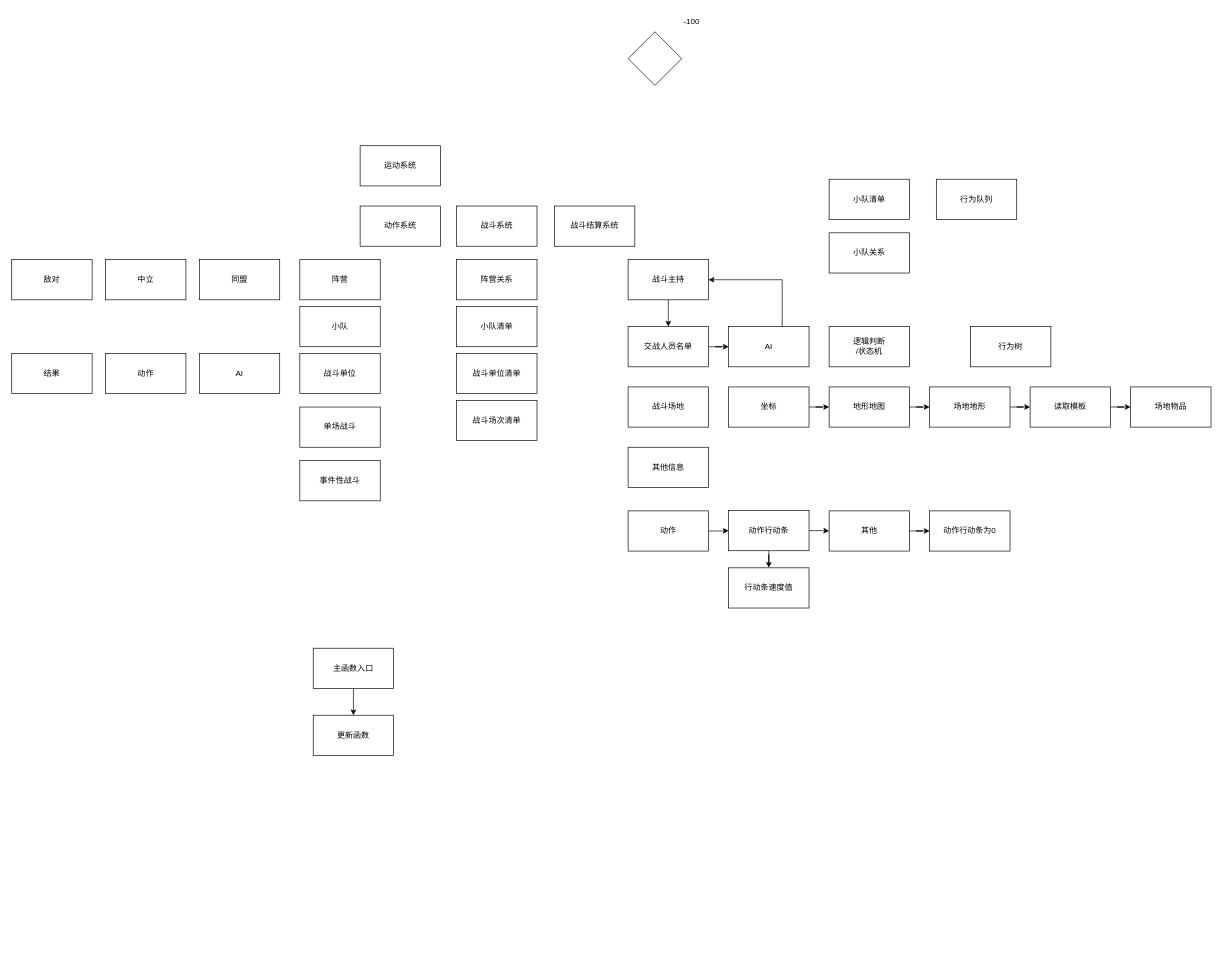
This is page "第 8 页" (8 of 8) of 流程图/蟋蟀玩法分析.drawio from Karmel5950/NoteBook, a draw.io file, before an edit. Source tidied: cells renumbered, new cells numbered last; positions are measured from the earlier drawing's top-left corner, leaving out a move shared by most shapes. Both pictures are drawn from the tidied source at 67%, with x=0, y=0 at pixel (11, 11).
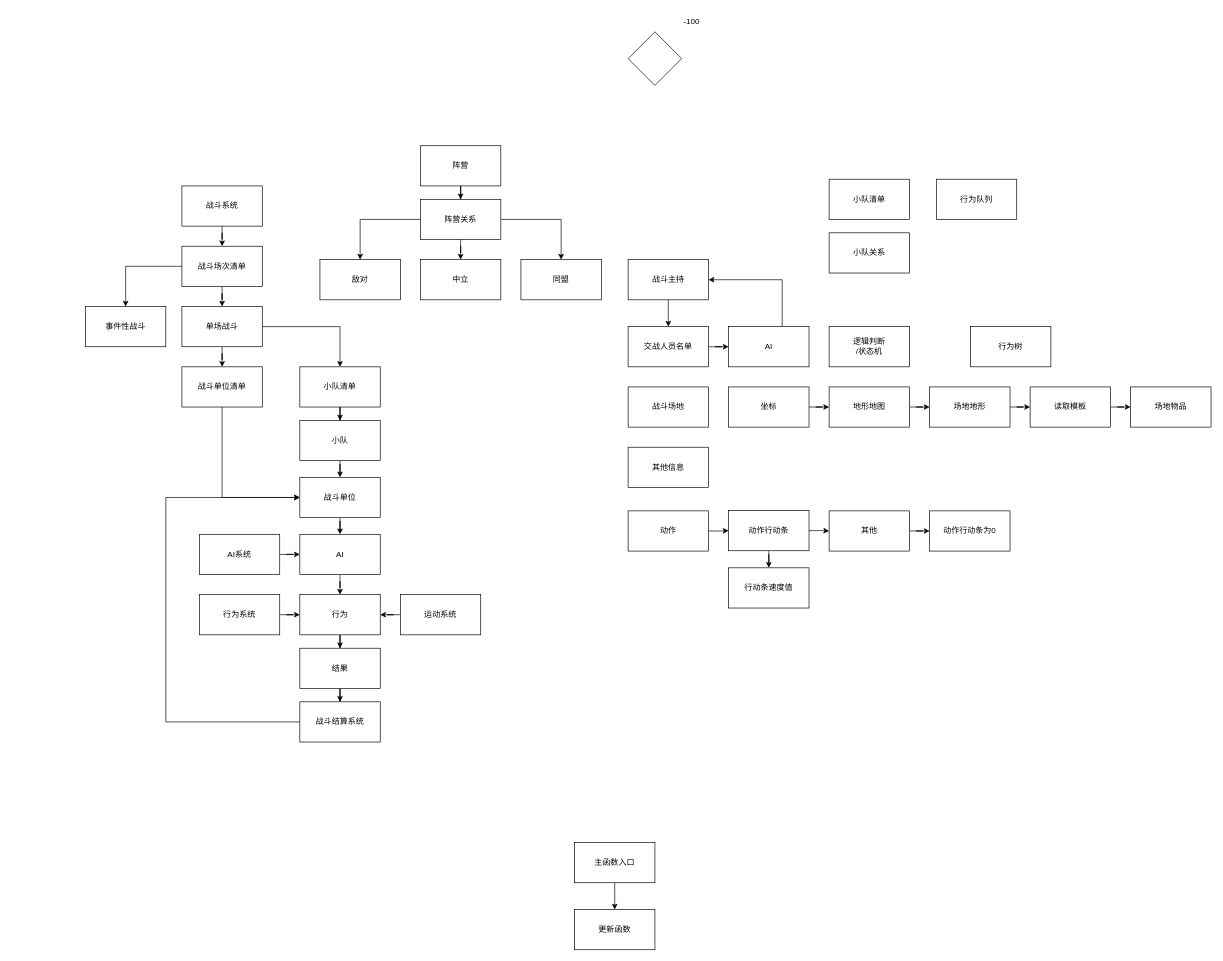
The same diagram, later.

What changed in the source:
```diff
@@
+    <mxCell id="57" style="edgeStyle=orthogonalEdgeStyle;rounded=0;jettySize=auto;html=1;" parent="1" edge="1" source="2" target="16">
+      <mxGeometry relative="1" as="geometry" />
+    </mxCell>
     <mxCell id="2" value="战斗系统" style="rounded=0;whiteSpace=wrap;html=1;" parent="1" vertex="1">
-      <mxGeometry x="664" y="290" width="120" height="60" as="geometry" />
+      <mxGeometry x="254" y="260" width="120" height="60" as="geometry" />
     </mxCell>
+    <mxCell id="58" style="edgeStyle=orthogonalEdgeStyle;rounded=0;jettySize=auto;html=1;" parent="1" edge="1" source="3" target="12">
+      <mxGeometry relative="1" as="geometry" />
+    </mxCell>
     <mxCell id="3" value="战斗单位" style="rounded=0;whiteSpace=wrap;html=1;" parent="1" vertex="1">
-      <mxGeometry x="430" y="510" width="120" height="60" as="geometry" />
+      <mxGeometry x="430" y="695" width="120" height="60" as="geometry" />
     </mxCell>
+    <mxCell id="59" style="edgeStyle=orthogonalEdgeStyle;rounded=0;jettySize=auto;html=1;" parent="1" edge="1" source="4" target="3">
+      <mxGeometry relative="1" as="geometry" />
+    </mxCell>
     <mxCell id="4" value="小队" style="rounded=0;whiteSpace=wrap;html=1;" parent="1" vertex="1">
-      <mxGeometry x="430" y="440" width="120" height="60" as="geometry" />
+      <mxGeometry x="430" y="610" width="120" height="60" as="geometry" />
     </mxCell>
+    <mxCell id="60" style="edgeStyle=orthogonalEdgeStyle;rounded=0;jettySize=auto;html=1;" parent="1" edge="1" source="5" target="9">
+      <mxGeometry relative="1" as="geometry" />
+    </mxCell>
     <mxCell id="5" value="阵营" style="rounded=0;whiteSpace=wrap;html=1;" parent="1" vertex="1">
-      <mxGeometry x="430" y="370" width="120" height="60" as="geometry" />
+      <mxGeometry x="610" y="200" width="120" height="60" as="geometry" />
     </mxCell>
     <mxCell id="6" value="同盟" style="rounded=0;whiteSpace=wrap;html=1;" parent="1" vertex="1">
-      <mxGeometry x="280" y="370" width="120" height="60" as="geometry" />
+      <mxGeometry x="760" y="370" width="120" height="60" as="geometry" />
     </mxCell>
     <mxCell id="7" value="中立" style="rounded=0;whiteSpace=wrap;html=1;" parent="1" vertex="1">
-      <mxGeometry x="140" y="370" width="120" height="60" as="geometry" />
+      <mxGeometry x="610" y="370" width="120" height="60" as="geometry" />
     </mxCell>
     <mxCell id="8" value="敌对" style="rounded=0;whiteSpace=wrap;html=1;" parent="1" vertex="1">
-      <mxGeometry y="370" width="120" height="60" as="geometry" />
+      <mxGeometry x="460" y="370" width="120" height="60" as="geometry" />
     </mxCell>
+    <mxCell id="61" style="edgeStyle=orthogonalEdgeStyle;rounded=0;jettySize=auto;html=1;" parent="1" edge="1" source="9" target="7">
+      <mxGeometry relative="1" as="geometry" />
+    </mxCell>
+    <mxCell id="62" style="edgeStyle=orthogonalEdgeStyle;rounded=0;jettySize=auto;html=1;" parent="1" edge="1" source="9" target="8">
+      <mxGeometry relative="1" as="geometry" />
+    </mxCell>
+    <mxCell id="63" style="edgeStyle=orthogonalEdgeStyle;rounded=0;jettySize=auto;html=1;" parent="1" edge="1" source="9" target="6">
+      <mxGeometry relative="1" as="geometry" />
+    </mxCell>
     <mxCell id="9" value="阵营关系" style="rounded=0;whiteSpace=wrap;html=1;" parent="1" vertex="1">
-      <mxGeometry x="664" y="370" width="120" height="60" as="geometry" />
+      <mxGeometry x="610" y="280" width="120" height="60" as="geometry" />
     </mxCell>
+    <mxCell id="64" style="edgeStyle=orthogonalEdgeStyle;rounded=0;jettySize=auto;html=1;" parent="1" edge="1" source="10" target="4">
+      <mxGeometry relative="1" as="geometry" />
+    </mxCell>
     <mxCell id="10" value="小队清单" style="rounded=0;whiteSpace=wrap;html=1;" parent="1" vertex="1">
-      <mxGeometry x="664" y="440" width="120" height="60" as="geometry" />
+      <mxGeometry x="430" y="530" width="120" height="60" as="geometry" />
     </mxCell>
+    <mxCell id="65" style="edgeStyle=orthogonalEdgeStyle;rounded=0;jettySize=auto;html=1;entryX=0;entryY=0.5;entryDx=0;entryDy=0;exitX=0.5;exitY=1;exitDx=0;exitDy=0;" parent="1" edge="1" source="11" target="3">
+      <mxGeometry relative="1" as="geometry" />
+    </mxCell>
     <mxCell id="11" value="战斗单位清单" style="rounded=0;whiteSpace=wrap;html=1;" parent="1" vertex="1">
-      <mxGeometry x="664" y="510" width="120" height="60" as="geometry" />
+      <mxGeometry x="254" y="530" width="120" height="60" as="geometry" />
     </mxCell>
+    <mxCell id="66" style="edgeStyle=orthogonalEdgeStyle;rounded=0;jettySize=auto;html=1;" parent="1" edge="1" source="12" target="13">
+      <mxGeometry relative="1" as="geometry" />
+    </mxCell>
     <mxCell id="12" value="AI" style="rounded=0;whiteSpace=wrap;html=1;" parent="1" vertex="1">
-      <mxGeometry x="280" y="510" width="120" height="60" as="geometry" />
+      <mxGeometry x="430" y="780" width="120" height="60" as="geometry" />
     </mxCell>
+    <mxCell id="67" style="edgeStyle=orthogonalEdgeStyle;rounded=0;jettySize=auto;html=1;" parent="1" edge="1" source="13" target="14">
+      <mxGeometry relative="1" as="geometry" />
+    </mxCell>
-    <mxCell id="13" value="动作" style="rounded=0;whiteSpace=wrap;html=1;" parent="1" vertex="1">
-      <mxGeometry x="140" y="510" width="120" height="60" as="geometry" />
+    <mxCell id="13" value="行为" style="rounded=0;whiteSpace=wrap;html=1;" parent="1" vertex="1">
+      <mxGeometry x="430" y="870" width="120" height="60" as="geometry" />
     </mxCell>
+    <mxCell id="68" style="edgeStyle=orthogonalEdgeStyle;rounded=0;jettySize=auto;html=1;" parent="1" edge="1" source="14" target="47">
+      <mxGeometry relative="1" as="geometry" />
+    </mxCell>
     <mxCell id="14" value="结果" style="rounded=0;whiteSpace=wrap;html=1;" parent="1" vertex="1">
-      <mxGeometry y="510" width="120" height="60" as="geometry" />
+      <mxGeometry x="430" y="950" width="120" height="60" as="geometry" />
     </mxCell>
+    <mxCell id="69" style="edgeStyle=orthogonalEdgeStyle;rounded=0;jettySize=auto;html=1;" parent="1" edge="1" source="15" target="11">
+      <mxGeometry relative="1" as="geometry" />
+    </mxCell>
+    <mxCell id="70" style="edgeStyle=orthogonalEdgeStyle;rounded=0;jettySize=auto;html=1;" parent="1" edge="1" source="15" target="10">
+      <mxGeometry relative="1" as="geometry" />
+    </mxCell>
     <mxCell id="15" value="单场战斗" style="rounded=0;whiteSpace=wrap;html=1;" parent="1" vertex="1">
-      <mxGeometry x="430" y="590" width="120" height="60" as="geometry" />
+      <mxGeometry x="254" y="440" width="120" height="60" as="geometry" />
     </mxCell>
+    <mxCell id="71" style="edgeStyle=orthogonalEdgeStyle;rounded=0;jettySize=auto;html=1;" parent="1" edge="1" source="16" target="15">
+      <mxGeometry relative="1" as="geometry" />
+    </mxCell>
+    <mxCell id="72" style="edgeStyle=orthogonalEdgeStyle;rounded=0;jettySize=auto;html=1;" parent="1" edge="1" source="16" target="17">
+      <mxGeometry relative="1" as="geometry">
+        <Array as="points">
+          <mxPoint x="170" y="380" />
+        </Array>
+      </mxGeometry>
+    </mxCell>
     <mxCell id="16" value="战斗场次清单" style="rounded=0;whiteSpace=wrap;html=1;" parent="1" vertex="1">
-      <mxGeometry x="664" y="580" width="120" height="60" as="geometry" />
+      <mxGeometry x="254" y="350" width="120" height="60" as="geometry" />
     </mxCell>
     <mxCell id="17" value="事件性战斗" style="rounded=0;whiteSpace=wrap;html=1;" parent="1" vertex="1">
-      <mxGeometry x="430" y="670" width="120" height="60" as="geometry" />
+      <mxGeometry x="110" y="440" width="120" height="60" as="geometry" />
     </mxCell>
@@
+    <mxCell id="73" style="edgeStyle=orthogonalEdgeStyle;rounded=0;jettySize=auto;html=1;entryX=0;entryY=0.5;entryDx=0;entryDy=0;" parent="1" edge="1" source="47" target="3">
+      <mxGeometry relative="1" as="geometry">
+        <Array as="points">
+          <mxPoint x="230" y="1060" />
+          <mxPoint x="230" y="725" />
+        </Array>
+      </mxGeometry>
+    </mxCell>
     <mxCell id="47" value="战斗结算系统" style="rounded=0;whiteSpace=wrap;html=1;" parent="1" vertex="1">
-      <mxGeometry x="810" y="290" width="120" height="60" as="geometry" />
+      <mxGeometry x="430" y="1030" width="120" height="60" as="geometry" />
     </mxCell>
+    <mxCell id="74" style="edgeStyle=orthogonalEdgeStyle;rounded=0;jettySize=auto;html=1;" parent="1" edge="1" source="48" target="13">
+      <mxGeometry relative="1" as="geometry" />
+    </mxCell>
-    <mxCell id="48" value="动作系统" style="rounded=0;whiteSpace=wrap;html=1;" parent="1" vertex="1">
-      <mxGeometry x="520" y="290" width="120" height="60" as="geometry" />
+    <mxCell id="48" value="行为系统" style="rounded=0;whiteSpace=wrap;html=1;" parent="1" vertex="1">
+      <mxGeometry x="280" y="870" width="120" height="60" as="geometry" />
     </mxCell>
+    <mxCell id="75" style="edgeStyle=orthogonalEdgeStyle;rounded=0;jettySize=auto;html=1;" parent="1" edge="1" source="49" target="13">
+      <mxGeometry relative="1" as="geometry" />
+    </mxCell>
     <mxCell id="49" value="运动系统" style="rounded=0;whiteSpace=wrap;html=1;" parent="1" vertex="1">
-      <mxGeometry x="520" y="200" width="120" height="60" as="geometry" />
+      <mxGeometry x="580" y="870" width="120" height="60" as="geometry" />
     </mxCell>
@@
     <mxCell id="55" value="主函数入口" style="rounded=0;whiteSpace=wrap;html=1;" parent="1" vertex="1">
-      <mxGeometry x="450" y="950" width="120" height="60" as="geometry" />
+      <mxGeometry x="840" y="1240" width="120" height="60" as="geometry" />
     </mxCell>
     <mxCell id="56" value="更新函数" style="rounded=0;whiteSpace=wrap;html=1;" parent="1" vertex="1">
-      <mxGeometry x="450" y="1050" width="120" height="60" as="geometry" />
+      <mxGeometry x="840" y="1340" width="120" height="60" as="geometry" />
     </mxCell>
+    <mxCell id="76" style="edgeStyle=orthogonalEdgeStyle;rounded=0;jettySize=auto;html=1;" parent="1" edge="1" source="77" target="12">
+      <mxGeometry relative="1" as="geometry" />
+    </mxCell>
+    <mxCell id="77" value="AI系统" style="rounded=0;whiteSpace=wrap;html=1;" parent="1" vertex="1">
+      <mxGeometry x="280" y="780" width="120" height="60" as="geometry" />
+    </mxCell>
```
